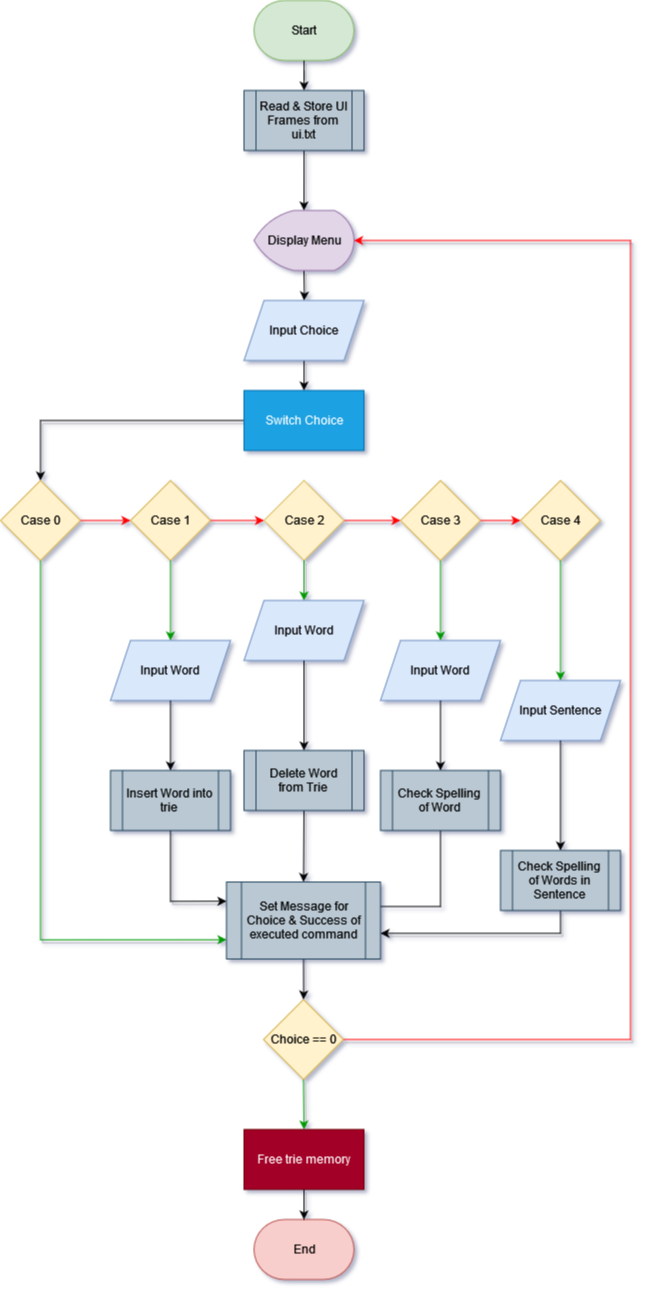
This is flowchart.png from gaurav5-5/DSA-project-23, a draw.io export, as it was before one commit. Source tidied: cells renumbered, new cells last; positions are measured from the earlier drawing's top-left corner, leaving out a move shared by most shapes.
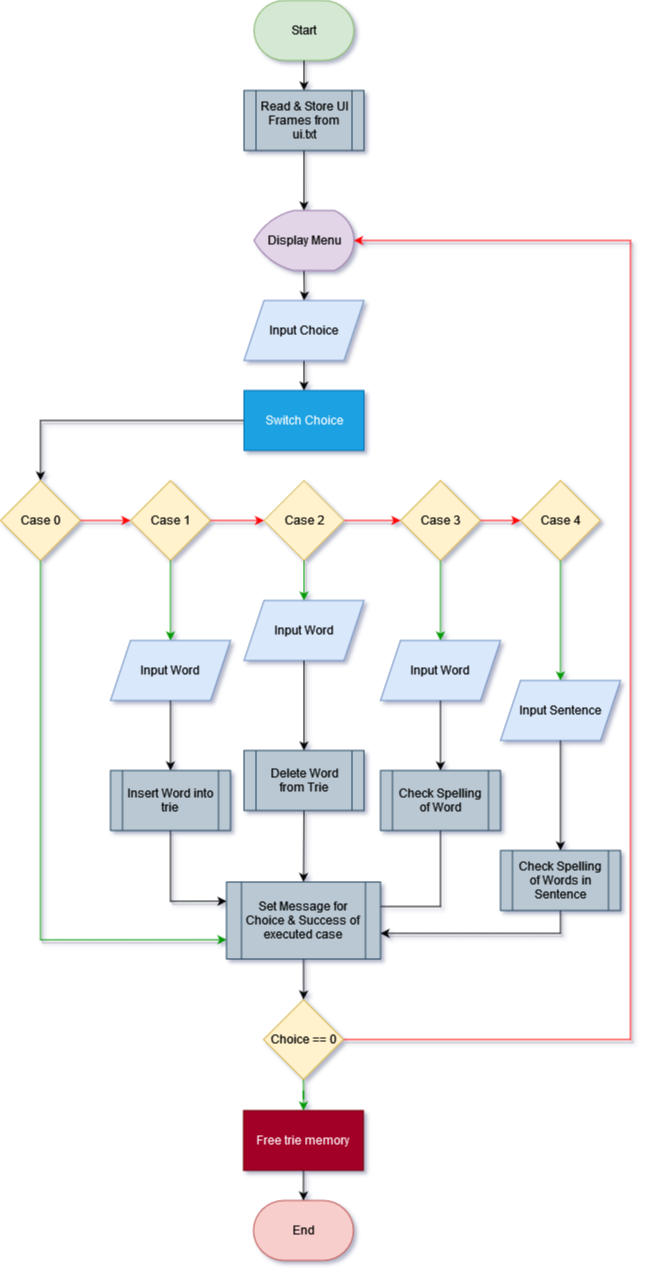
The same file after the commit.

Change to the diagram source:
```diff
@@ -24,7 +24,7 @@
       <mxGeometry x="243.5" y="300" width="120" height="60" as="geometry" />
     </mxCell>
     <mxCell id="7" value="End" style="strokeWidth=1;html=1;shape=mxgraph.flowchart.terminator;whiteSpace=wrap;fillColor=#f8cecc;strokeColor=#b85450;rounded=0;" parent="1" vertex="1">
-      <mxGeometry x="253.5" y="1219" width="100" height="60" as="geometry" />
+      <mxGeometry x="253" y="1200" width="100" height="60" as="geometry" />
     </mxCell>
     <mxCell id="8" style="jettySize=auto;html=1;edgeStyle=orthogonalEdgeStyle;strokeWidth=1;jumpStyle=arc;rounded=0;shadow=1;" parent="1" edge="1" source="9" target="13">
       <mxGeometry relative="1" as="geometry" />
@@ -92,11 +92,11 @@
       <mxGeometry x="263" y="999" width="80" height="80" as="geometry" />
     </mxCell>
     <mxCell id="28" value="Free trie memory" style="rounded=0;whiteSpace=wrap;html=1;fillColor=#a20025;fontColor=#ffffff;strokeColor=#6F0000;strokeWidth=1;" parent="1" vertex="1">
-      <mxGeometry x="243.5" y="1129" width="120" height="60" as="geometry" />
+      <mxGeometry x="243" y="1110" width="120" height="60" as="geometry" />
     </mxCell>
     <mxCell id="29" style="jettySize=auto;html=1;exitX=0.5;exitY=1;exitDx=0;exitDy=0;entryX=0.5;entryY=0;entryDx=0;entryDy=0;entryPerimeter=0;edgeStyle=orthogonalEdgeStyle;strokeWidth=1;jumpStyle=arc;rounded=0;shadow=1;" parent="1" edge="1" source="28">
       <mxGeometry relative="1" as="geometry">
-        <mxPoint x="303.5" y="1219" as="targetPoint" />
+        <mxPoint x="303" y="1200" as="targetPoint" />
       </mxGeometry>
     </mxCell>
     <mxCell id="30" style="jettySize=auto;html=1;exitX=0.5;exitY=1;exitDx=0;exitDy=0;entryX=0.5;entryY=0;entryDx=0;entryDy=0;edgeStyle=orthogonalEdgeStyle;strokeWidth=1;jumpStyle=arc;rounded=0;shadow=1;" parent="1" edge="1" target="27">
@@ -163,7 +163,7 @@
     <mxCell id="48" value="Check Spelling of Words in Sentence" style="shape=process;whiteSpace=wrap;html=1;backgroundOutline=1;fillColor=#bac8d3;strokeColor=#23445d;strokeWidth=1;" parent="1" vertex="1">
       <mxGeometry x="500" y="850" width="120" height="60" as="geometry" />
     </mxCell>
-    <mxCell id="49" value="Set Message for Choice &amp;amp; Success of executed command" style="shape=process;whiteSpace=wrap;html=1;backgroundOutline=1;fillColor=#bac8d3;strokeColor=#23445d;strokeWidth=1;" parent="1" vertex="1">
+    <mxCell id="49" value="Set Message for Choice &amp;amp; Success of executed case" style="shape=process;whiteSpace=wrap;html=1;backgroundOutline=1;fillColor=#bac8d3;strokeColor=#23445d;strokeWidth=1;" parent="1" vertex="1">
       <mxGeometry x="226" y="881.5" width="154" height="77" as="geometry" />
     </mxCell>
   </root>
```
